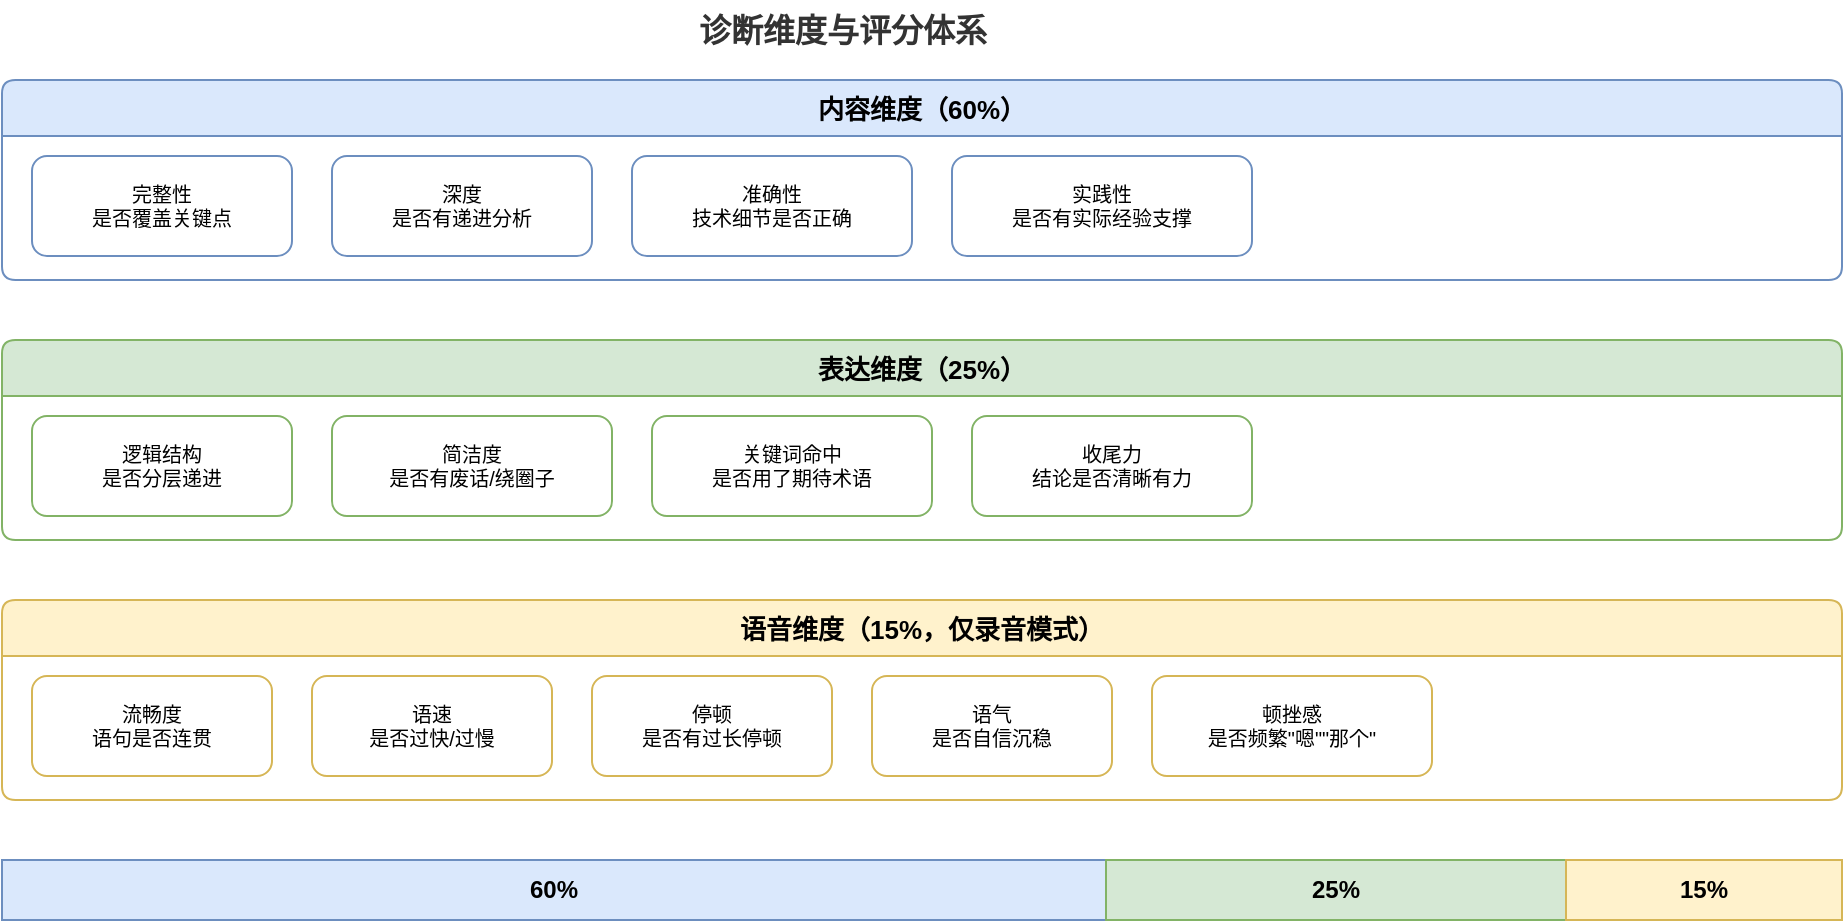
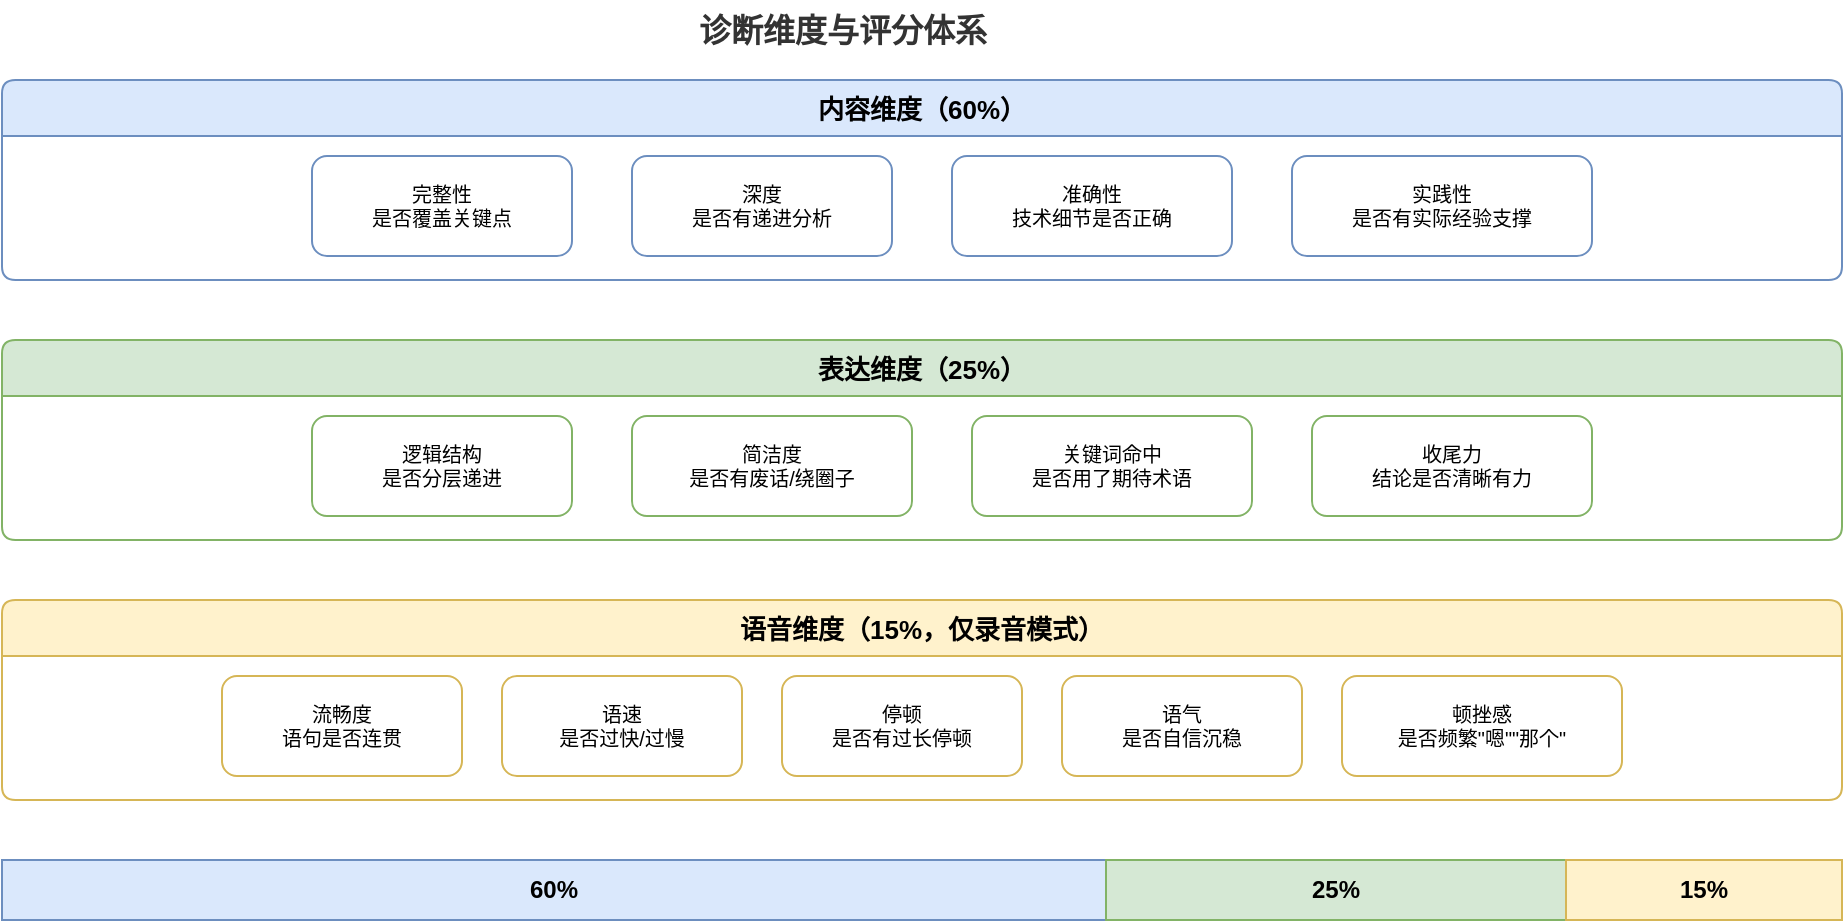
<?xml version="1.0" encoding="UTF-8"?>
<mxfile host="drawio" version="26.0.0">
  <diagram name="Page-1">
    <mxGraphModel dx="1000" dy="550" grid="1" gridSize="10" guides="1" tooltips="1" connect="1" arrows="1" fold="1" page="1" pageScale="1" pageWidth="1000" pageHeight="550" math="0" shadow="0">
      <root>
        <mxCell id="0" />
        <mxCell id="1" parent="0" />

        <!-- Title -->
        <mxCell id="title" value="诊断维度与评分体系" style="text;html=1;align=center;verticalAlign=middle;resizable=0;points=[];autosize=1;strokeColor=none;fillColor=none;fontSize=16;fontStyle=1;fontColor=#333333;" vertex="1" parent="1">
          <mxGeometry x="380" y="10" width="160" height="30" as="geometry" />
        </mxCell>

        <!-- Dimension 1: Content (60%) -->
        <mxCell id="d1" value="内容维度（60%）" style="swimlane;startSize=28;fillColor=#dae8fc;strokeColor=#6c8ebf;fontStyle=1;fontSize=13;collapsible=0;rounded=1;arcSize=8;" vertex="1" parent="1">
          <mxGeometry x="40" y="50" width="920" height="100" as="geometry" />
        </mxCell>
        <mxCell id="d1a" value="完整性&#xa;是否覆盖关键点" style="rounded=1;whiteSpace=wrap;html=1;fillColor=#FFFFFF;strokeColor=#6c8ebf;fontSize=10;" vertex="1" parent="d1">
-           <mxGeometry x="15" y="38" width="130" height="50" as="geometry" />
+           <mxGeometry x="155" y="38" width="130" height="50" as="geometry" />
        </mxCell>
        <mxCell id="d1b" value="深度&#xa;是否有递进分析" style="rounded=1;whiteSpace=wrap;html=1;fillColor=#FFFFFF;strokeColor=#6c8ebf;fontSize=10;" vertex="1" parent="d1">
-           <mxGeometry x="165" y="38" width="130" height="50" as="geometry" />
+           <mxGeometry x="315" y="38" width="130" height="50" as="geometry" />
        </mxCell>
        <mxCell id="d1c" value="准确性&#xa;技术细节是否正确" style="rounded=1;whiteSpace=wrap;html=1;fillColor=#FFFFFF;strokeColor=#6c8ebf;fontSize=10;" vertex="1" parent="d1">
-           <mxGeometry x="315" y="38" width="140" height="50" as="geometry" />
+           <mxGeometry x="475" y="38" width="140" height="50" as="geometry" />
        </mxCell>
        <mxCell id="d1d" value="实践性&#xa;是否有实际经验支撑" style="rounded=1;whiteSpace=wrap;html=1;fillColor=#FFFFFF;strokeColor=#6c8ebf;fontSize=10;" vertex="1" parent="d1">
-           <mxGeometry x="475" y="38" width="150" height="50" as="geometry" />
+           <mxGeometry x="645" y="38" width="150" height="50" as="geometry" />
        </mxCell>

        <!-- Dimension 2: Expression (25%) -->
        <mxCell id="d2" value="表达维度（25%）" style="swimlane;startSize=28;fillColor=#d5e8d4;strokeColor=#82b366;fontStyle=1;fontSize=13;collapsible=0;rounded=1;arcSize=8;" vertex="1" parent="1">
          <mxGeometry x="40" y="180" width="920" height="100" as="geometry" />
        </mxCell>
        <mxCell id="d2a" value="逻辑结构&#xa;是否分层递进" style="rounded=1;whiteSpace=wrap;html=1;fillColor=#FFFFFF;strokeColor=#82b366;fontSize=10;" vertex="1" parent="d2">
-           <mxGeometry x="15" y="38" width="130" height="50" as="geometry" />
+           <mxGeometry x="155" y="38" width="130" height="50" as="geometry" />
        </mxCell>
        <mxCell id="d2b" value="简洁度&#xa;是否有废话/绕圈子" style="rounded=1;whiteSpace=wrap;html=1;fillColor=#FFFFFF;strokeColor=#82b366;fontSize=10;" vertex="1" parent="d2">
-           <mxGeometry x="165" y="38" width="140" height="50" as="geometry" />
+           <mxGeometry x="315" y="38" width="140" height="50" as="geometry" />
        </mxCell>
        <mxCell id="d2c" value="关键词命中&#xa;是否用了期待术语" style="rounded=1;whiteSpace=wrap;html=1;fillColor=#FFFFFF;strokeColor=#82b366;fontSize=10;" vertex="1" parent="d2">
-           <mxGeometry x="325" y="38" width="140" height="50" as="geometry" />
+           <mxGeometry x="485" y="38" width="140" height="50" as="geometry" />
        </mxCell>
        <mxCell id="d2d" value="收尾力&#xa;结论是否清晰有力" style="rounded=1;whiteSpace=wrap;html=1;fillColor=#FFFFFF;strokeColor=#82b366;fontSize=10;" vertex="1" parent="d2">
-           <mxGeometry x="485" y="38" width="140" height="50" as="geometry" />
+           <mxGeometry x="655" y="38" width="140" height="50" as="geometry" />
        </mxCell>

        <!-- Dimension 3: Speech (15%) -->
        <mxCell id="d3" value="语音维度（15%，仅录音模式）" style="swimlane;startSize=28;fillColor=#fff2cc;strokeColor=#d6b656;fontStyle=1;fontSize=13;collapsible=0;rounded=1;arcSize=8;" vertex="1" parent="1">
          <mxGeometry x="40" y="310" width="920" height="100" as="geometry" />
        </mxCell>
        <mxCell id="d3a" value="流畅度&#xa;语句是否连贯" style="rounded=1;whiteSpace=wrap;html=1;fillColor=#FFFFFF;strokeColor=#d6b656;fontSize=10;" vertex="1" parent="d3">
-           <mxGeometry x="15" y="38" width="120" height="50" as="geometry" />
+           <mxGeometry x="110" y="38" width="120" height="50" as="geometry" />
        </mxCell>
        <mxCell id="d3b" value="语速&#xa;是否过快/过慢" style="rounded=1;whiteSpace=wrap;html=1;fillColor=#FFFFFF;strokeColor=#d6b656;fontSize=10;" vertex="1" parent="d3">
-           <mxGeometry x="155" y="38" width="120" height="50" as="geometry" />
+           <mxGeometry x="250" y="38" width="120" height="50" as="geometry" />
        </mxCell>
        <mxCell id="d3c" value="停顿&#xa;是否有过长停顿" style="rounded=1;whiteSpace=wrap;html=1;fillColor=#FFFFFF;strokeColor=#d6b656;fontSize=10;" vertex="1" parent="d3">
-           <mxGeometry x="295" y="38" width="120" height="50" as="geometry" />
+           <mxGeometry x="390" y="38" width="120" height="50" as="geometry" />
        </mxCell>
        <mxCell id="d3d" value="语气&#xa;是否自信沉稳" style="rounded=1;whiteSpace=wrap;html=1;fillColor=#FFFFFF;strokeColor=#d6b656;fontSize=10;" vertex="1" parent="d3">
-           <mxGeometry x="435" y="38" width="120" height="50" as="geometry" />
+           <mxGeometry x="530" y="38" width="120" height="50" as="geometry" />
        </mxCell>
        <mxCell id="d3e" value="顿挫感&#xa;是否频繁&quot;嗯&quot;&quot;那个&quot;" style="rounded=1;whiteSpace=wrap;html=1;fillColor=#FFFFFF;strokeColor=#d6b656;fontSize=10;" vertex="1" parent="d3">
-           <mxGeometry x="575" y="38" width="140" height="50" as="geometry" />
+           <mxGeometry x="670" y="38" width="140" height="50" as="geometry" />
        </mxCell>

        <!-- Weight bar at bottom -->
        <mxCell id="bar1" value="60%" style="rounded=0;whiteSpace=wrap;html=1;fillColor=#dae8fc;strokeColor=#6c8ebf;fontSize=12;fontStyle=1;" vertex="1" parent="1">
          <mxGeometry x="40" y="440" width="552" height="30" as="geometry" />
        </mxCell>
        <mxCell id="bar2" value="25%" style="rounded=0;whiteSpace=wrap;html=1;fillColor=#d5e8d4;strokeColor=#82b366;fontSize=12;fontStyle=1;" vertex="1" parent="1">
          <mxGeometry x="592" y="440" width="230" height="30" as="geometry" />
        </mxCell>
        <mxCell id="bar3" value="15%" style="rounded=0;whiteSpace=wrap;html=1;fillColor=#fff2cc;strokeColor=#d6b656;fontSize=12;fontStyle=1;" vertex="1" parent="1">
          <mxGeometry x="822" y="440" width="138" height="30" as="geometry" />
        </mxCell>
      </root>
    </mxGraphModel>
  </diagram>
</mxfile>
